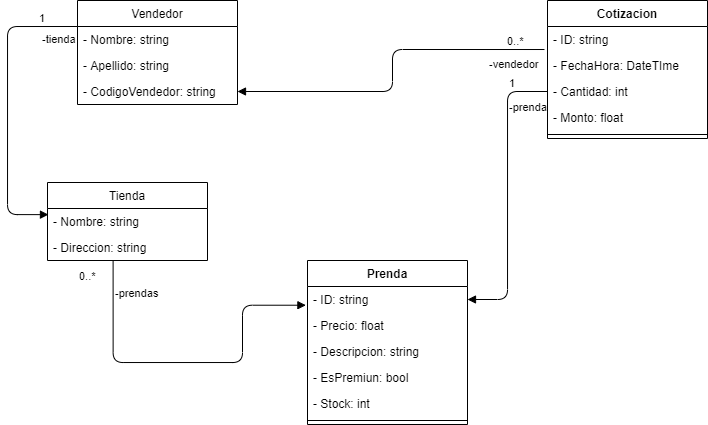
This is Diagrama de Clases.png from artolajp/PreTestGC, a draw.io export, as it was before one commit. Source tidied: cells renumbered, new cells last; positions are measured from the earlier drawing's top-left corner, leaving out a move shared by most shapes.
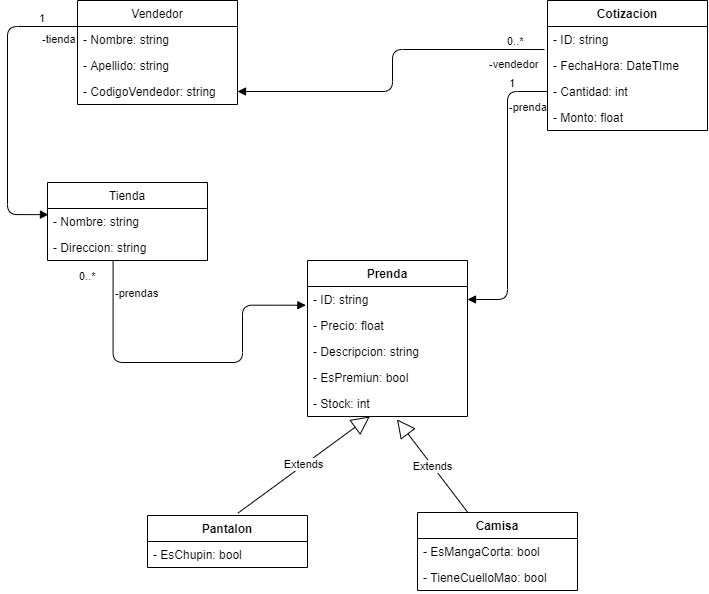
Above is the later version.

The edit, as a diff of the source:
```diff
@@ -3,7 +3,7 @@
     <mxCell id="0" />
     <mxCell id="1" parent="0" />
     <mxCell id="2" value="Cotizacion&#10;" style="swimlane;fontStyle=1;align=center;verticalAlign=top;horizontal=1;startSize=26;" parent="1" vertex="1">
-      <mxGeometry x="540" width="160" height="138" as="geometry" />
+      <mxGeometry x="540" width="160" height="130" as="geometry" />
     </mxCell>
     <mxCell id="3" value="- ID: string" style="text;strokeColor=none;fillColor=none;align=left;verticalAlign=top;spacingLeft=4;spacingRight=4;overflow=hidden;points=[[0,0.5],[1,0.5]];portConstraint=eastwest;" parent="2" vertex="1">
       <mxGeometry y="26" width="160" height="26" as="geometry" />
@@ -17,9 +17,6 @@
     <mxCell id="6" value="- Monto: float" style="text;strokeColor=none;fillColor=none;align=left;verticalAlign=top;spacingLeft=4;spacingRight=4;overflow=hidden;" parent="2" vertex="1">
       <mxGeometry y="104" width="160" height="26" as="geometry" />
     </mxCell>
-    <mxCell id="7" style="line;strokeWidth=1;fillColor=none;align=left;verticalAlign=middle;spacingTop=-1;spacingLeft=3;spacingRight=3;labelPosition=right;" parent="2" vertex="1">
-      <mxGeometry y="130" width="160" height="8" as="geometry" />
-    </mxCell>
     <mxCell id="8" value="Vendedor" style="swimlane;fontStyle=0;horizontal=1;startSize=26;fillColor=none;" parent="1" vertex="1">
       <mxGeometry x="70" width="160" height="104" as="geometry" />
     </mxCell>
@@ -41,7 +38,7 @@
       </mxGeometry>
     </mxCell>
     <mxCell id="14" value="Prenda" style="swimlane;fontStyle=1;align=center;verticalAlign=top;horizontal=1;startSize=26;" parent="1" vertex="1">
-      <mxGeometry x="300" y="260" width="160" height="164" as="geometry" />
+      <mxGeometry x="300" y="260" width="160" height="156" as="geometry" />
     </mxCell>
     <mxCell id="15" value="- ID: string" style="text;strokeColor=none;fillColor=none;align=left;verticalAlign=top;spacingLeft=4;spacingRight=4;overflow=hidden;points=[[0,0.5],[1,0.5]];portConstraint=eastwest;" parent="14" vertex="1">
       <mxGeometry y="26" width="160" height="26" as="geometry" />
@@ -58,9 +55,6 @@
     <mxCell id="19" value="- Stock: int" style="text;strokeColor=none;fillColor=none;align=left;verticalAlign=top;spacingLeft=4;spacingRight=4;overflow=hidden;points=[[0,0.5],[1,0.5]];portConstraint=eastwest;" parent="14" vertex="1">
       <mxGeometry y="130" width="160" height="26" as="geometry" />
     </mxCell>
-    <mxCell id="20" style="line;strokeWidth=1;fillColor=none;align=left;verticalAlign=middle;spacingTop=-1;spacingLeft=3;spacingRight=3;labelPosition=right;" parent="14" vertex="1">
-      <mxGeometry y="156" width="160" height="8" as="geometry" />
-    </mxCell>
     <mxCell id="21" value="-prenda" style="endArrow=block;endFill=1;html=1;edgeStyle=orthogonalEdgeStyle;align=left;verticalAlign=top;exitX=0;exitY=0.5;exitDx=0;exitDy=0;entryX=1;entryY=0.5;entryDx=0;entryDy=0;" parent="1" edge="1" source="5" target="15">
       <mxGeometry x="-0.7" relative="1" as="geometry" />
     </mxCell>
@@ -105,5 +99,26 @@
         <mxPoint x="-35.6" y="23.6" as="offset" />
       </mxGeometry>
     </mxCell>
+    <mxCell id="30" value="Pantalon" style="swimlane;fontStyle=1;align=center;verticalAlign=top;horizontal=1;startSize=26;" parent="1" vertex="1">
+      <mxGeometry x="140" y="515" width="160" height="52" as="geometry" />
+    </mxCell>
+    <mxCell id="31" value="- EsChupin: bool" style="text;strokeColor=none;fillColor=none;align=left;verticalAlign=top;spacingLeft=4;spacingRight=4;overflow=hidden;" parent="30" vertex="1">
+      <mxGeometry y="26" width="160" height="26" as="geometry" />
+    </mxCell>
+    <mxCell id="32" value="Camisa" style="swimlane;fontStyle=1;align=center;verticalAlign=top;horizontal=1;startSize=26;" parent="1" vertex="1">
+      <mxGeometry x="410" y="512" width="160" height="78" as="geometry" />
+    </mxCell>
+    <mxCell id="33" value="- EsMangaCorta: bool" style="text;strokeColor=none;fillColor=none;align=left;verticalAlign=top;spacingLeft=4;spacingRight=4;overflow=hidden;" parent="32" vertex="1">
+      <mxGeometry y="26" width="160" height="26" as="geometry" />
+    </mxCell>
+    <mxCell id="34" value="- TieneCuelloMao: bool" style="text;strokeColor=none;fillColor=none;align=left;verticalAlign=top;spacingLeft=4;spacingRight=4;overflow=hidden;" parent="32" vertex="1">
+      <mxGeometry y="52" width="160" height="26" as="geometry" />
+    </mxCell>
+    <mxCell id="35" value="Extends" style="endArrow=block;endSize=16;endFill=0;html=1;exitX=0.565;exitY=-0.045;exitDx=0;exitDy=0;exitPerimeter=0;" parent="1" edge="1" source="30" target="19">
+      <mxGeometry relative="1" as="geometry" />
+    </mxCell>
+    <mxCell id="36" value="Extends" style="endArrow=block;endSize=16;endFill=0;html=1;entryX=0.559;entryY=1.109;entryDx=0;entryDy=0;entryPerimeter=0;" parent="1" edge="1" source="32" target="19">
+      <mxGeometry relative="1" as="geometry" />
+    </mxCell>
   </root>
 </mxGraphModel>
```
